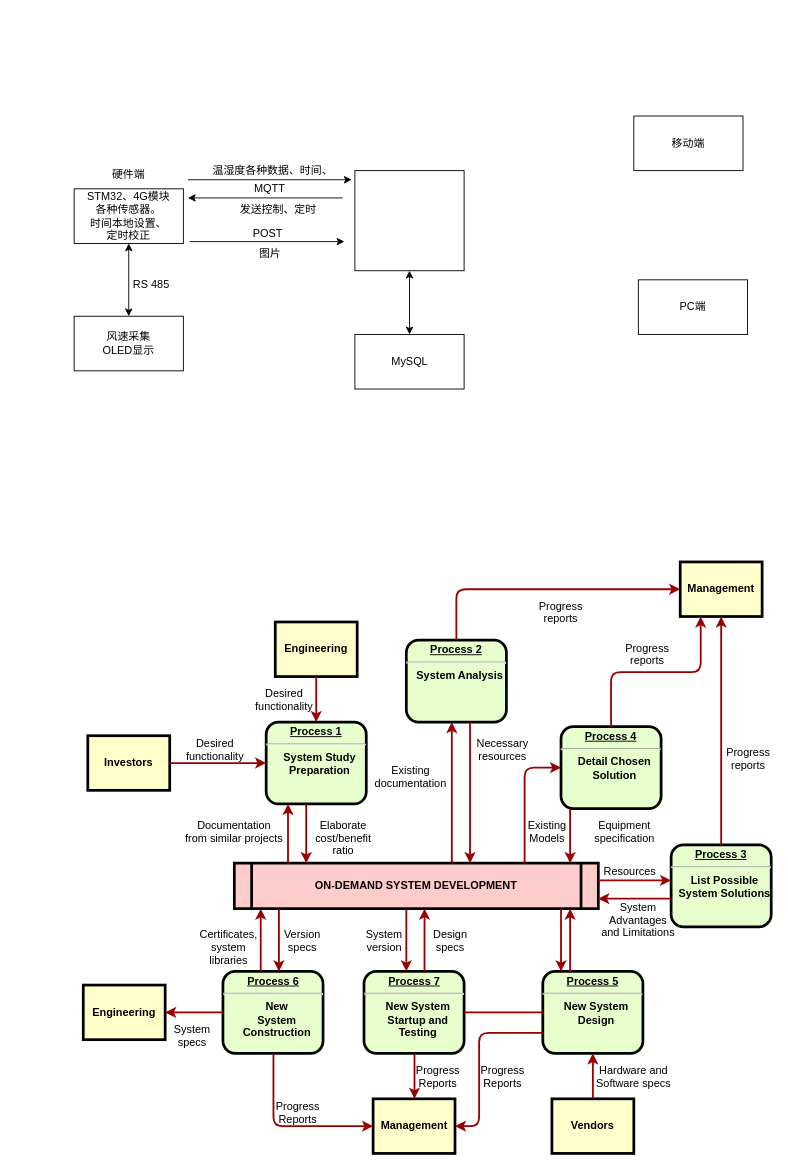
KEYD111/DRAWIO keeps this draw.io diagram as 数据流分析.drawio. Above is the earlier version. Source tidied: cells renumbered, new cells numbered last; positions are measured from the earlier drawing's top-left corner, leaving out a move shared by most shapes. Both pictures are drawn from the tidied source at 91%, with x=0, y=0 at pixel (74, 116).
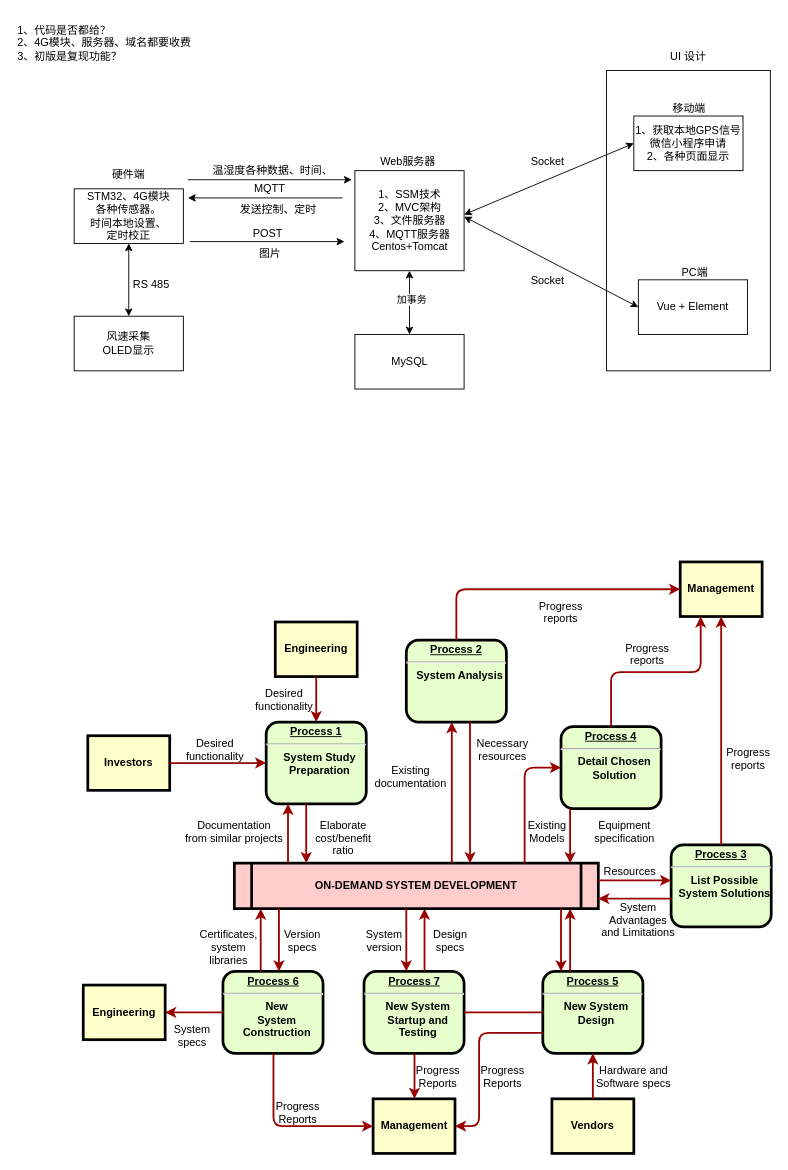
After the change.

Commit message:
更新数据流分析.drawio

Unchanged cells that the change refers to:
```xml
<mxCell id="80" style="endArrow=classic;startArrow=classic;html=1;rounded=0;entryX=0.5;entryY=1;entryDx=0;entryDy=0;exitX=0.5;exitY=0;exitDx=0;exitDy=0;" parent="1" edge="1" source="65" target="64">
  <mxGeometry relative="1" as="geometry" />
</mxCell>
```

Diff of the diagram source:
```diff
@@
+    <mxCell id="81" style="rounded=0;whiteSpace=wrap;html=1;" parent="1" vertex="1">
+      <mxGeometry x="585" y="-50" width="180" height="330" as="geometry" />
+    </mxCell>
@@
-    <mxCell id="64" style="rounded=0;whiteSpace=wrap;html=1;" parent="1" vertex="1">
+    <mxCell id="64" value="1、SSM技术&lt;div&gt;2、MVC架构&lt;/div&gt;&lt;div&gt;3、文件服务器&lt;/div&gt;&lt;div&gt;4、MQTT服务器&lt;/div&gt;&lt;div&gt;Centos+Tomcat&lt;/div&gt;" style="rounded=0;whiteSpace=wrap;html=1;" parent="1" vertex="1">
       <mxGeometry x="308.5" y="60" width="120" height="110" as="geometry" />
     </mxCell>
@@
-    <mxCell id="66" value="移动端" style="rounded=0;whiteSpace=wrap;html=1;" parent="1" vertex="1">
+    <mxCell id="66" value="1、获取本地GPS信号&lt;div&gt;微信小程序申请&lt;/div&gt;&lt;div&gt;2、各种页面显示&lt;/div&gt;" style="rounded=0;whiteSpace=wrap;html=1;" parent="1" vertex="1">
       <mxGeometry x="615" width="120" height="60" as="geometry" />
     </mxCell>
-    <mxCell id="67" value="PC端" style="rounded=0;whiteSpace=wrap;html=1;" parent="1" vertex="1">
+    <mxCell id="67" value="Vue + Element" style="rounded=0;whiteSpace=wrap;html=1;" parent="1" vertex="1">
       <mxGeometry x="620" y="180" width="120" height="60" as="geometry" />
     </mxCell>
@@
+    <mxCell id="82" value="加事务" style="edgeLabel;html=1;align=center;verticalAlign=middle;" parent="80" vertex="1">
+      <mxGeometry x="0.1" y="-2" relative="1" as="geometry" />
+    </mxCell>
+    <mxCell id="83" value="Web服务器" style="text;html=1;align=center;verticalAlign=middle;whiteSpace=wrap;rounded=0;" parent="1" vertex="1">
+      <mxGeometry x="329" y="35" width="76" height="30" as="geometry" />
+    </mxCell>
+    <mxCell id="84" style="endArrow=classic;startArrow=classic;html=1;rounded=0;entryX=0;entryY=0.5;entryDx=0;entryDy=0;exitX=1;exitY=0.439;exitDx=0;exitDy=0;exitPerimeter=0;" parent="1" edge="1" source="64" target="66">
+      <mxGeometry relative="1" as="geometry" />
+    </mxCell>
+    <mxCell id="85" style="endArrow=classic;startArrow=classic;html=1;rounded=0;entryX=0;entryY=0.5;entryDx=0;entryDy=0;exitX=1;exitY=0.46;exitDx=0;exitDy=0;exitPerimeter=0;" parent="1" edge="1" source="64" target="67">
+      <mxGeometry relative="1" as="geometry" />
+    </mxCell>
+    <mxCell id="86" value="&lt;span style=&quot;color: rgb(0, 0, 0); font-family: Helvetica; font-size: 12px; font-style: normal; font-variant-ligatures: normal; font-variant-caps: normal; font-weight: 400; letter-spacing: normal; orphans: 2; text-align: center; text-indent: 0px; text-transform: none; widows: 2; word-spacing: 0px; -webkit-text-stroke-width: 0px; white-space: normal; background-color: rgb(251, 251, 251); text-decoration-thickness: initial; text-decoration-style: initial; text-decoration-color: initial; display: inline !important; float: none;&quot;&gt;PC端&lt;/span&gt;" style="text;whiteSpace=wrap;html=1;" parent="1" vertex="1">
+      <mxGeometry x="666" y="158" width="60" height="40" as="geometry" />
+    </mxCell>
+    <mxCell id="87" value="&lt;span style=&quot;color: rgb(0, 0, 0); font-family: Helvetica; font-size: 12px; font-style: normal; font-variant-ligatures: normal; font-variant-caps: normal; font-weight: 400; letter-spacing: normal; orphans: 2; text-align: center; text-indent: 0px; text-transform: none; widows: 2; word-spacing: 0px; -webkit-text-stroke-width: 0px; white-space: normal; background-color: rgb(251, 251, 251); text-decoration-thickness: initial; text-decoration-style: initial; text-decoration-color: initial; display: inline !important; float: none;&quot;&gt;移动端&lt;/span&gt;" style="text;whiteSpace=wrap;html=1;" parent="1" vertex="1">
+      <mxGeometry x="656" y="-22" width="70" height="40" as="geometry" />
+    </mxCell>
+    <mxCell id="88" value="Socket" style="text;html=1;align=center;verticalAlign=middle;strokeColor=none;fillColor=none;" parent="1" vertex="1">
+      <mxGeometry x="490" y="35" width="60" height="30" as="geometry" />
+    </mxCell>
+    <mxCell id="89" value="Socket" style="text;html=1;align=center;verticalAlign=middle;strokeColor=none;fillColor=none;" parent="1" vertex="1">
+      <mxGeometry x="490" y="166" width="60" height="30" as="geometry" />
+    </mxCell>
+    <mxCell id="90" value="UI 设计" style="text;html=1;align=center;verticalAlign=middle;whiteSpace=wrap;rounded=0;" parent="1" vertex="1">
+      <mxGeometry x="645" y="-80" width="60" height="30" as="geometry" />
+    </mxCell>
+    <mxCell id="91" value="1、代码是否都给？&lt;div&gt;2、4G模块、服务器、域名都要收费&lt;/div&gt;&lt;div&gt;3、初版是复现功能？&lt;/div&gt;" style="text;html=1;align=left;verticalAlign=middle;strokeColor=none;fillColor=none;" parent="1" vertex="1">
+      <mxGeometry x="-64.5" y="-110" width="210" height="60" as="geometry" />
+    </mxCell>
```
